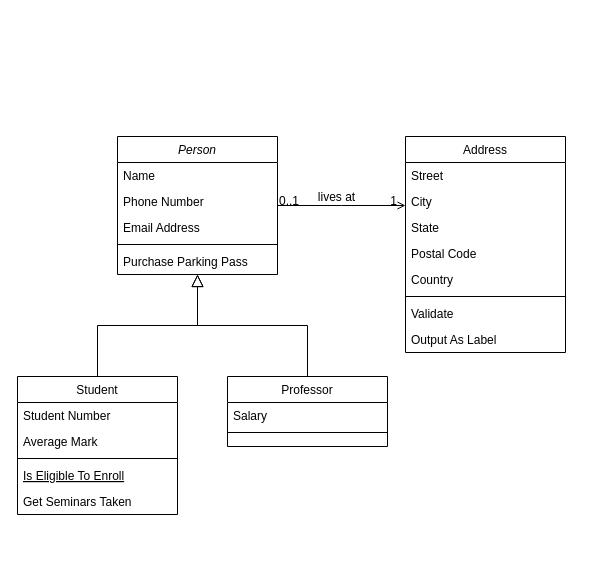
The draw.io diagram Diagrama sem nome.drawio in mathbickel/MemoMaster, before the edit. Source tidied: cells renumbered, new cells numbered last; positions are measured from the earlier drawing's top-left corner, leaving out a move shared by most shapes. Both pictures are drawn from the tidied source at 100%, with x=0, y=0 at pixel (17, 136).
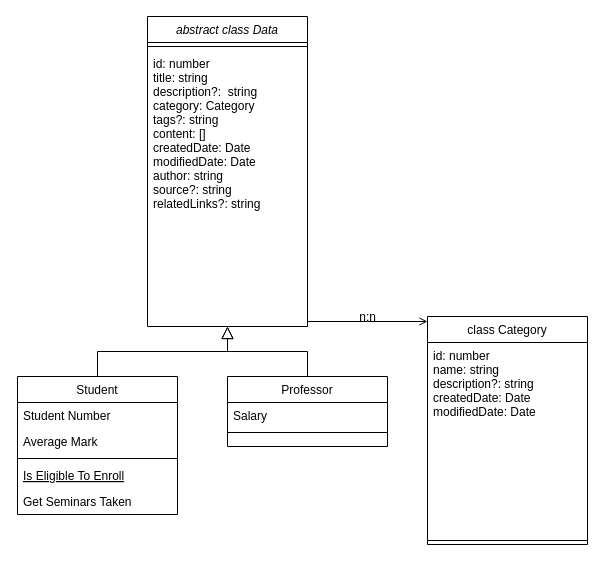
The same page after the edit.

Commit message:
MemoMaster Architecture

Unchanged cells that the change refers to:
```xml
<mxCell id="28" style="endArrow=open;shadow=0;strokeWidth=1;rounded=0;endFill=1;edgeStyle=elbowEdgeStyle;elbow=vertical;" parent="1" edge="1" source="2" target="19">
  <mxGeometry x="0.5" y="41" relative="1" as="geometry">
    <mxPoint x="-40" y="32" as="offset" />
  </mxGeometry>
</mxCell>
```

Diff of the diagram source:
```diff
@@
-    <mxCell id="2" value="Person" style="swimlane;fontStyle=2;align=center;verticalAlign=top;horizontal=1;startSize=26;rounded=0;shadow=0;strokeWidth=1;" parent="1" vertex="1">
-      <mxGeometry x="100" width="160" height="138" as="geometry" />
+    <mxCell id="2" value="abstract class Data" style="swimlane;fontStyle=2;align=center;verticalAlign=top;horizontal=1;startSize=26;rounded=0;shadow=0;strokeWidth=1;" parent="1" vertex="1">
+      <mxGeometry x="130" y="-120" width="160" height="310" as="geometry" />
     </mxCell>
-    <mxCell id="3" value="Name" style="text;align=left;verticalAlign=top;spacingLeft=4;spacingRight=4;overflow=hidden;" parent="2" vertex="1">
-      <mxGeometry y="26" width="160" height="26" as="geometry" />
-    </mxCell>
+    <mxCell id="6" style="line;html=1;strokeWidth=1;align=left;verticalAlign=middle;spacingTop=-1;spacingLeft=3;spacingRight=3;labelPosition=right;" parent="2" vertex="1">
+      <mxGeometry y="26" width="160" height="8" as="geometry" />
+    </mxCell>
-    <mxCell id="4" value="Phone Number" style="text;align=left;verticalAlign=top;spacingLeft=4;spacingRight=4;overflow=hidden;rounded=0;shadow=0;html=0;" parent="2" vertex="1">
-      <mxGeometry y="52" width="160" height="26" as="geometry" />
+    <mxCell id="4" value="id: number&#10;title: string&#10;description?:  string&#10;category: Category&#10;tags?: string&#10;content: []&#10;createdDate: Date&#10;modifiedDate: Date&#10;author: string&#10;source?: string&#10;relatedLinks?: string&#10;&#10;" style="text;align=left;verticalAlign=top;spacingLeft=4;spacingRight=4;overflow=hidden;rounded=0;shadow=0;html=0;" parent="2" vertex="1">
+      <mxGeometry y="34" width="160" height="276" as="geometry" />
     </mxCell>
-    <mxCell id="5" value="Email Address" style="text;align=left;verticalAlign=top;spacingLeft=4;spacingRight=4;overflow=hidden;rounded=0;shadow=0;html=0;" parent="2" vertex="1">
-      <mxGeometry y="78" width="160" height="26" as="geometry" />
-    </mxCell>
-    <mxCell id="6" style="line;html=1;strokeWidth=1;align=left;verticalAlign=middle;spacingTop=-1;spacingLeft=3;spacingRight=3;labelPosition=right;" parent="2" vertex="1">
-      <mxGeometry y="104" width="160" height="8" as="geometry" />
-    </mxCell>
-    <mxCell id="7" value="Purchase Parking Pass" style="text;align=left;verticalAlign=top;spacingLeft=4;spacingRight=4;overflow=hidden;" parent="2" vertex="1">
-      <mxGeometry y="112" width="160" height="26" as="geometry" />
-    </mxCell>
@@
-    <mxCell id="19" value="Address" style="swimlane;fontStyle=0;align=center;verticalAlign=top;horizontal=1;startSize=26;rounded=0;shadow=0;strokeWidth=1;" parent="1" vertex="1">
-      <mxGeometry x="388" width="160" height="216" as="geometry" />
+    <mxCell id="19" value="class Category" style="swimlane;fontStyle=0;align=center;verticalAlign=top;horizontal=1;startSize=26;rounded=0;shadow=0;strokeWidth=1;" parent="1" vertex="1">
+      <mxGeometry x="410" y="180" width="160" height="228" as="geometry" />
     </mxCell>
-    <mxCell id="20" value="Street" style="text;align=left;verticalAlign=top;spacingLeft=4;spacingRight=4;overflow=hidden;" parent="19" vertex="1">
-      <mxGeometry y="26" width="160" height="26" as="geometry" />
-    </mxCell>
-    <mxCell id="21" value="City" style="text;align=left;verticalAlign=top;spacingLeft=4;spacingRight=4;overflow=hidden;rounded=0;shadow=0;html=0;" parent="19" vertex="1">
-      <mxGeometry y="52" width="160" height="26" as="geometry" />
+    <mxCell id="21" value="id: number&#10;name: string&#10;description?: string&#10;createdDate: Date&#10;modifiedDate: Date&#10;" style="text;align=left;verticalAlign=top;spacingLeft=4;spacingRight=4;overflow=hidden;rounded=0;shadow=0;html=0;" parent="19" vertex="1">
+      <mxGeometry y="26" width="160" height="194" as="geometry" />
     </mxCell>
-    <mxCell id="22" value="State" style="text;align=left;verticalAlign=top;spacingLeft=4;spacingRight=4;overflow=hidden;rounded=0;shadow=0;html=0;" parent="19" vertex="1">
-      <mxGeometry y="78" width="160" height="26" as="geometry" />
-    </mxCell>
-    <mxCell id="23" value="Postal Code" style="text;align=left;verticalAlign=top;spacingLeft=4;spacingRight=4;overflow=hidden;rounded=0;shadow=0;html=0;" parent="19" vertex="1">
-      <mxGeometry y="104" width="160" height="26" as="geometry" />
-    </mxCell>
-    <mxCell id="24" value="Country" style="text;align=left;verticalAlign=top;spacingLeft=4;spacingRight=4;overflow=hidden;rounded=0;shadow=0;html=0;" parent="19" vertex="1">
-      <mxGeometry y="130" width="160" height="26" as="geometry" />
-    </mxCell>
     <mxCell id="25" style="line;html=1;strokeWidth=1;align=left;verticalAlign=middle;spacingTop=-1;spacingLeft=3;spacingRight=3;labelPosition=right;" parent="19" vertex="1">
-      <mxGeometry y="156" width="160" height="8" as="geometry" />
+      <mxGeometry y="220" width="160" height="8" as="geometry" />
     </mxCell>
-    <mxCell id="26" value="Validate" style="text;align=left;verticalAlign=top;spacingLeft=4;spacingRight=4;overflow=hidden;" parent="19" vertex="1">
-      <mxGeometry y="164" width="160" height="26" as="geometry" />
-    </mxCell>
-    <mxCell id="27" value="Output As Label" style="text;align=left;verticalAlign=top;spacingLeft=4;spacingRight=4;overflow=hidden;" parent="19" vertex="1">
-      <mxGeometry y="190" width="160" height="26" as="geometry" />
-    </mxCell>
@@
-    <mxCell id="29" value="0..1" style="align=left;verticalAlign=bottom;labelBackgroundColor=none;fontSize=12;" parent="28" vertex="1">
+    <mxCell id="29" style="align=left;verticalAlign=bottom;labelBackgroundColor=none;fontSize=12;" parent="28" vertex="1">
       <mxGeometry x="-1" relative="1" as="geometry">
         <mxPoint y="4" as="offset" />
       </mxGeometry>
     </mxCell>
-    <mxCell id="30" value="1" style="align=right;verticalAlign=bottom;labelBackgroundColor=none;fontSize=12;" parent="28" vertex="1">
+    <mxCell id="30" value="n:n" style="align=right;verticalAlign=bottom;labelBackgroundColor=none;fontSize=12;" parent="28" vertex="1">
       <mxGeometry x="1" relative="1" as="geometry">
-        <mxPoint x="-7" y="4" as="offset" />
+        <mxPoint x="-50" y="4" as="offset" />
       </mxGeometry>
     </mxCell>
-    <mxCell id="31" value="lives at" style="text;html=1;align=center;verticalAlign=middle;labelBackgroundColor=none;rounded=0;shadow=0;strokeWidth=1;fontSize=12;" parent="28" vertex="1">
-      <mxGeometry x="0.5" y="49" relative="1" as="geometry">
-        <mxPoint x="-38" y="40" as="offset" />
-      </mxGeometry>
-    </mxCell>
```
